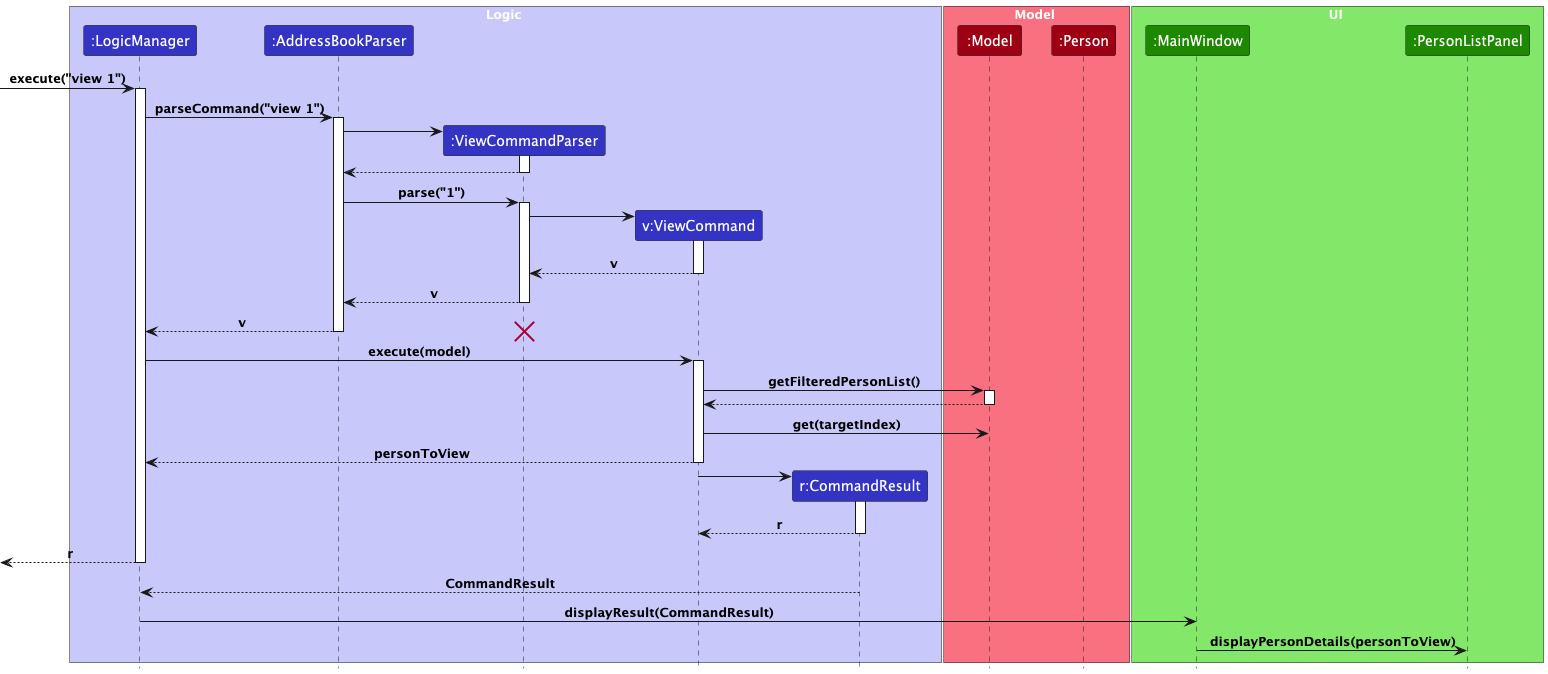
This is docs/images/ViewCommandSequenceDiagram.png from nus-cs2103-AY2425S1/tp, a PlantUML export, as it was before one commit.
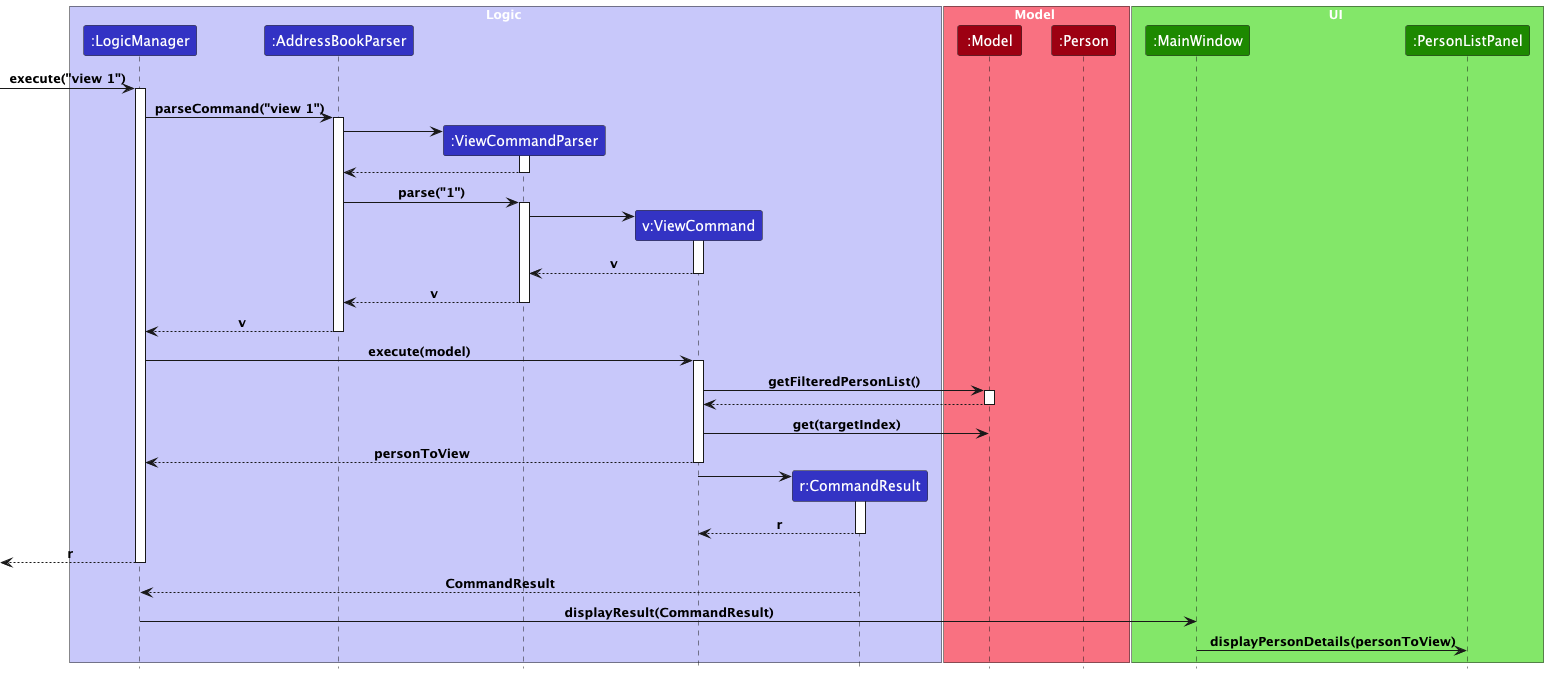
Above is the later version.

The edit, as a diff of the source:
```diff
@@ -33,7 +33,6 @@
 return v
 return v
 return v
-destroy VCP
 LM -> VC ++ : execute(model)
 VC -> Model ++ : getFilteredPersonList()
 return
```
